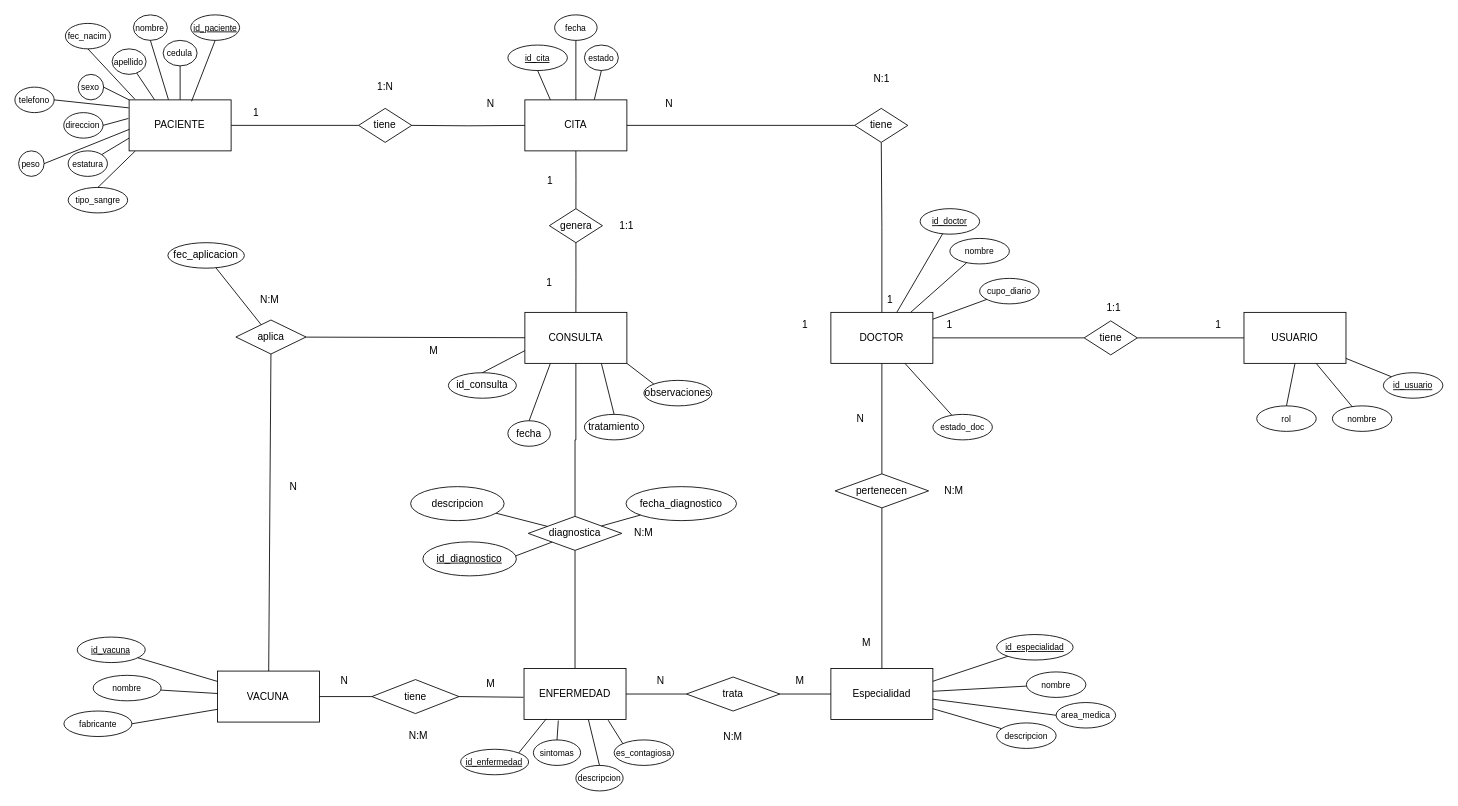
The draw.io diagram DER (1).drawio in lizmarietorres123/ProyectoFinalBD, before the edit. Source tidied: cells renumbered, new cells numbered last; positions are measured from the earlier drawing's top-left corner, leaving out a move shared by most shapes. Both pictures are drawn from the tidied source at 85%, with x=0, y=0 at pixel (14, 14).
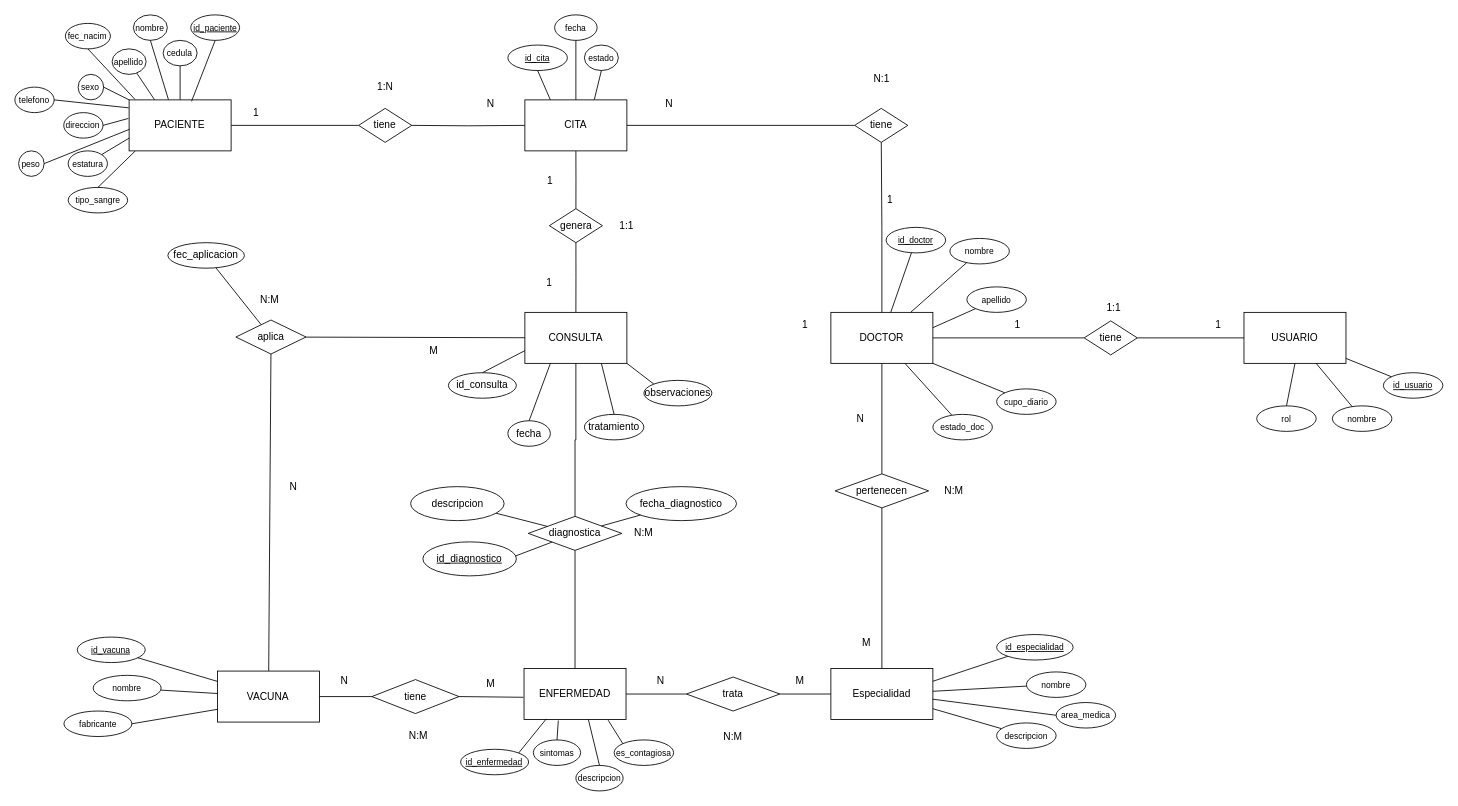
The same page after the edit.

Commit message:
Agregar apellido a DER

Unchanged cells that the change refers to:
```xml
<mxCell id="3" value="DOCTOR" style="rounded=0;whiteSpace=wrap;html=1;" parent="1" vertex="1">
  <mxGeometry x="960" y="350" width="120" height="60" as="geometry" />
</mxCell>
```

The edit, as a diff of the source:
```diff
@@
     <mxCell id="13" value="&lt;font style=&quot;font-size: 10px;&quot;&gt;id_doctor&lt;/font&gt;" style="ellipse;whiteSpace=wrap;html=1;fontStyle=4;" parent="1" vertex="1">
-      <mxGeometry x="1065" y="228" width="70" height="30" as="geometry" />
+      <mxGeometry x="1025" y="250" width="70" height="30" as="geometry" />
     </mxCell>
@@
     <mxCell id="17" value="&lt;font style=&quot;font-size: 10px;&quot;&gt;cupo_diario&lt;/font&gt;" style="ellipse;whiteSpace=wrap;html=1;" parent="1" vertex="1">
-      <mxGeometry x="1135" y="310" width="70" height="30" as="geometry" />
+      <mxGeometry x="1155" y="440" width="70" height="30" as="geometry" />
     </mxCell>
-    <mxCell id="18" style="rounded=0;jettySize=auto;html=1;endArrow=none;endFill=0;" parent="1" edge="1" source="3" target="17">
+    <mxCell id="18" style="rounded=0;jettySize=auto;html=1;endArrow=none;endFill=0;exitX=1;exitY=1;exitDx=0;exitDy=0;" parent="1" edge="1" source="3" target="17">
       <mxGeometry relative="1" as="geometry" />
     </mxCell>
@@
     <mxCell id="133" value="1" style="text;html=1;whiteSpace=wrap;strokeColor=none;fillColor=none;align=center;verticalAlign=middle;rounded=0;" parent="1" vertex="1">
-      <mxGeometry x="1000" y="320" width="60" height="30" as="geometry" />
+      <mxGeometry x="1000" y="203" width="60" height="30" as="geometry" />
     </mxCell>
@@
     <mxCell id="137" value="1" style="text;html=1;whiteSpace=wrap;strokeColor=none;fillColor=none;align=center;verticalAlign=middle;rounded=0;" parent="1" vertex="1">
-      <mxGeometry x="1070" y="350" width="60" height="30" as="geometry" />
+      <mxGeometry x="1150" y="350" width="60" height="30" as="geometry" />
     </mxCell>
@@
+    <mxCell id="146" value="&lt;font style=&quot;font-size: 10px;&quot;&gt;apellido&lt;/font&gt;" style="ellipse;whiteSpace=wrap;html=1;" parent="1" vertex="1">
+      <mxGeometry x="1120" y="320" width="70" height="30" as="geometry" />
+    </mxCell>
+    <mxCell id="147" style="rounded=0;jettySize=auto;html=1;endArrow=none;endFill=0;entryX=0;entryY=1;entryDx=0;entryDy=0;" parent="1" edge="1" target="146">
+      <mxGeometry relative="1" as="geometry">
+        <mxPoint x="1080" y="368" as="sourcePoint" />
+      </mxGeometry>
+    </mxCell>
```
